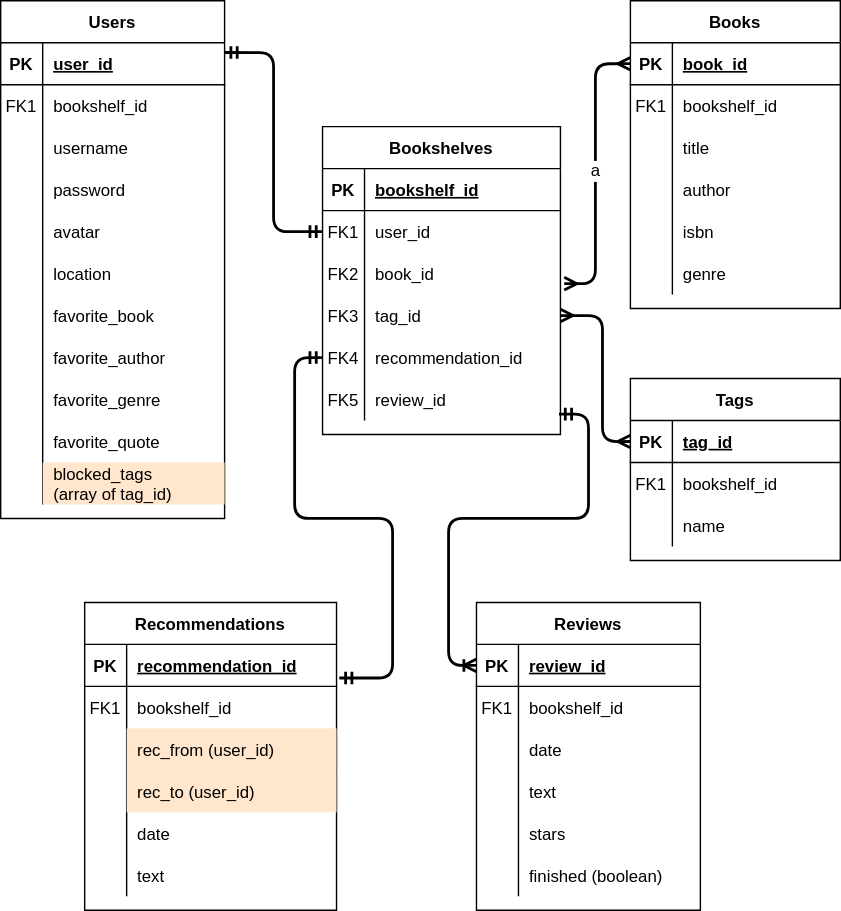
Earlier version of the draw.io export bookmark.svg (NikPurvis/bookmark-api-v0). Source tidied: cells renumbered, new cells last; positions are measured from the earlier drawing's top-left corner, leaving out a move shared by most shapes.
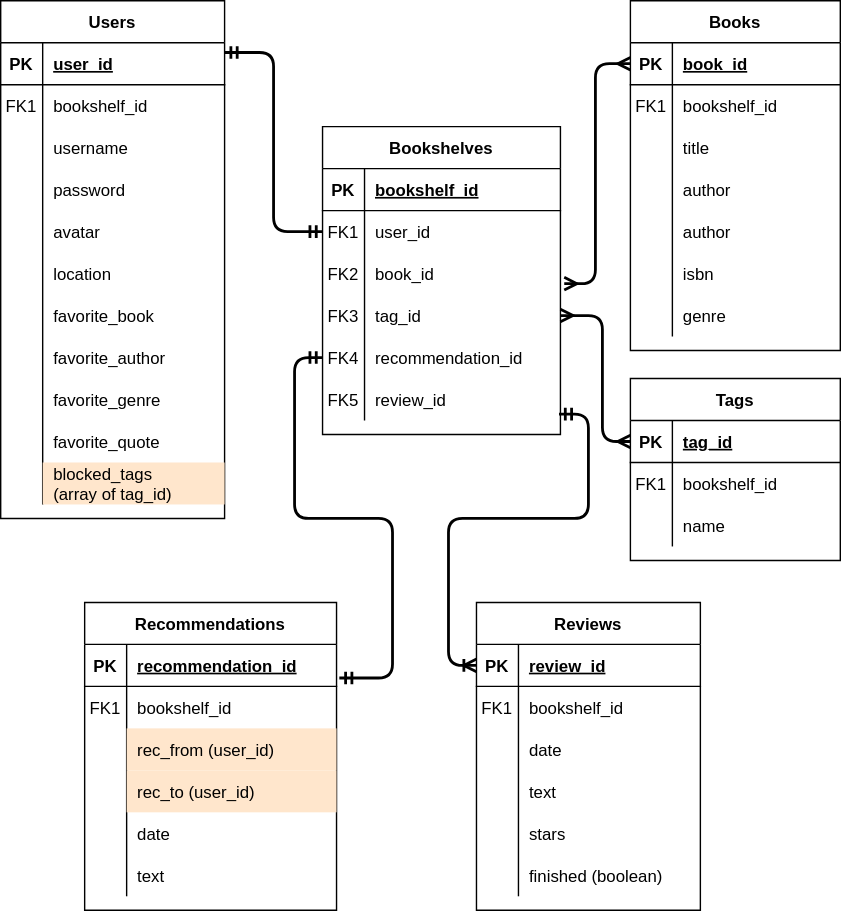
Above is the later version.

What changed in the source:
```diff
@@ -3,7 +3,7 @@
     <mxCell id="0" />
     <mxCell id="1" parent="0" />
     <mxCell id="2" value="Books" style="shape=table;startSize=30;rowLines=0;fontStyle=1;align=center;" parent="1" vertex="1">
-      <mxGeometry x="450" width="150" height="220" as="geometry" />
+      <mxGeometry x="450" width="150" height="250" as="geometry" />
     </mxCell>
     <mxCell id="3" style="shape=partialRectangle;fillColor=none;points=[[0,0.5],[1,0.5]];portConstraint=eastwest;top=0;left=0;right=0;bottom=1;" parent="2" vertex="1">
       <mxGeometry y="30" width="150" height="30" as="geometry" />
@@ -41,8 +41,17 @@
     <mxCell id="14" value="author" style="shape=partialRectangle;overflow=hidden;fillColor=none;top=0;left=0;bottom=0;right=0;align=left;spacingLeft=6;" parent="12" vertex="1">
       <mxGeometry x="30" width="120" height="30" as="geometry" />
     </mxCell>
+    <mxCell id="127" style="shape=partialRectangle;fillColor=none;top=0;left=0;right=0;bottom=0;" parent="2" vertex="1">
+      <mxGeometry y="150" width="150" height="30" as="geometry" />
+    </mxCell>
+    <mxCell id="128" style="shape=partialRectangle;overflow=hidden;fillColor=none;top=0;left=0;bottom=0;right=0;" parent="127" vertex="1">
+      <mxGeometry width="30" height="30" as="geometry" />
+    </mxCell>
+    <mxCell id="129" value="author" style="shape=partialRectangle;overflow=hidden;fillColor=none;top=0;left=0;bottom=0;right=0;align=left;spacingLeft=6;" parent="127" vertex="1">
+      <mxGeometry x="30" width="120" height="30" as="geometry" />
+    </mxCell>
     <mxCell id="15" style="shape=partialRectangle;fillColor=none;top=0;left=0;right=0;bottom=0;" parent="2" vertex="1">
-      <mxGeometry y="150" width="150" height="30" as="geometry" />
+      <mxGeometry y="180" width="150" height="30" as="geometry" />
     </mxCell>
     <mxCell id="16" style="shape=partialRectangle;overflow=hidden;fillColor=none;top=0;left=0;bottom=0;right=0;" parent="15" vertex="1">
       <mxGeometry width="30" height="30" as="geometry" />
@@ -51,7 +60,7 @@
       <mxGeometry x="30" width="120" height="30" as="geometry" />
     </mxCell>
     <mxCell id="18" style="shape=partialRectangle;fillColor=none;top=0;left=0;right=0;bottom=0;" parent="2" vertex="1">
-      <mxGeometry y="180" width="150" height="30" as="geometry" />
+      <mxGeometry y="210" width="150" height="30" as="geometry" />
     </mxCell>
     <mxCell id="19" style="shape=partialRectangle;overflow=hidden;fillColor=none;top=0;left=0;bottom=0;right=0;" parent="18" vertex="1">
       <mxGeometry width="30" height="30" as="geometry" />
@@ -365,7 +374,7 @@
     <mxCell id="122" style="fontSize=12;html=1;endArrow=ERmandOne;startArrow=ERmandOne;entryX=0;entryY=0.5;entryDx=0;entryDy=0;strokeWidth=2;rounded=1;edgeStyle=orthogonalEdgeStyle;exitX=1;exitY=0.233;exitDx=0;exitDy=0;exitPerimeter=0;" parent="1" edge="1" source="41" target="25">
       <mxGeometry relative="1" as="geometry" />
     </mxCell>
-    <mxCell id="123" value="a" style="fontSize=12;html=1;endArrow=ERmany;startArrow=ERmany;rounded=1;strokeWidth=2;entryX=0;entryY=0.5;entryDx=0;entryDy=0;exitX=1.016;exitY=0.74;exitDx=0;exitDy=0;exitPerimeter=0;edgeStyle=orthogonalEdgeStyle;" parent="1" edge="1" source="28" target="3">
+    <mxCell id="123" style="fontSize=12;html=1;endArrow=ERmany;startArrow=ERmany;rounded=1;strokeWidth=2;entryX=0;entryY=0.5;entryDx=0;entryDy=0;exitX=1.016;exitY=0.74;exitDx=0;exitDy=0;exitPerimeter=0;edgeStyle=orthogonalEdgeStyle;" parent="1" edge="1" source="28" target="3">
       <mxGeometry relative="1" as="geometry" />
     </mxCell>
     <mxCell id="124" style="edgeStyle=orthogonalEdgeStyle;fontSize=12;html=1;endArrow=ERmany;startArrow=ERmany;rounded=1;strokeWidth=2;entryX=0;entryY=0.5;entryDx=0;entryDy=0;exitX=1;exitY=0.5;exitDx=0;exitDy=0;" parent="1" edge="1" source="31" target="94">
```
